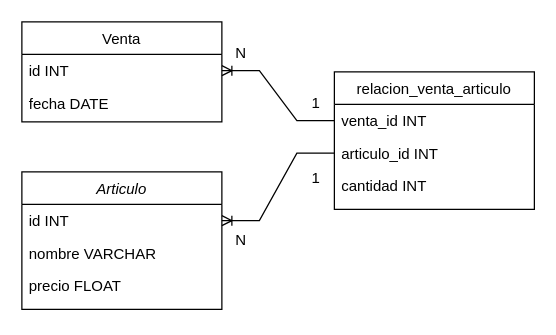
Earlier version of the draw.io diagram Diagramas/Relacion.drawio (Haoen219/ProyectoFinal). Source tidied: cells renumbered, new cells numbered last; positions are measured from the earlier drawing's top-left corner, leaving out a move shared by most shapes. Both pictures are drawn from the tidied source at 125%, with x=0, y=0 at pixel (21, 21).
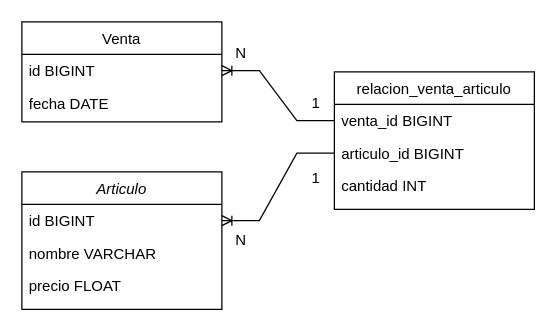
The same page after the edit.

Diff of the diagram source:
```diff
@@
 <mxGraphModel>
   <root>
     <mxCell id="0" />
     <mxCell id="1" parent="0" />
     <mxCell id="2" value="Articulo" style="swimlane;fontStyle=2;align=center;verticalAlign=top;horizontal=1;startSize=26;rounded=0;shadow=0;strokeWidth=1;" parent="1" vertex="1">
       <mxGeometry y="120" width="160" height="110" as="geometry" />
     </mxCell>
-    <mxCell id="3" value="id INT" style="text;align=left;verticalAlign=top;spacingLeft=4;spacingRight=4;overflow=hidden;points=[[0,0.5],[1,0.5]];portConstraint=eastwest;" parent="2" vertex="1">
+    <mxCell id="3" value="id BIGINT" style="text;align=left;verticalAlign=top;spacingLeft=4;spacingRight=4;overflow=hidden;points=[[0,0.5],[1,0.5]];portConstraint=eastwest;" parent="2" vertex="1">
       <mxGeometry y="26" width="160" height="26" as="geometry" />
     </mxCell>
     <mxCell id="4" value="nombre VARCHAR" style="text;align=left;verticalAlign=top;spacingLeft=4;spacingRight=4;overflow=hidden;" parent="2" vertex="1">
       <mxGeometry y="52" width="160" height="26" as="geometry" />
     </mxCell>
     <mxCell id="5" value="precio FLOAT" style="text;align=left;verticalAlign=top;spacingLeft=4;spacingRight=4;overflow=hidden;rounded=0;shadow=0;html=0;" parent="2" vertex="1">
       <mxGeometry y="78" width="160" height="32" as="geometry" />
     </mxCell>
     <mxCell id="6" value="Venta" style="swimlane;fontStyle=0;align=center;verticalAlign=top;horizontal=1;startSize=26;rounded=0;shadow=0;strokeWidth=1;" parent="1" vertex="1">
       <mxGeometry width="160" height="80" as="geometry" />
     </mxCell>
-    <mxCell id="7" value="id INT" style="text;align=left;verticalAlign=top;spacingLeft=4;spacingRight=4;overflow=hidden;points=[[0,0.5],[1,0.5]];portConstraint=eastwest;rounded=0;shadow=0;html=0;" parent="6" vertex="1">
+    <mxCell id="7" value="id BIGINT" style="text;align=left;verticalAlign=top;spacingLeft=4;spacingRight=4;overflow=hidden;points=[[0,0.5],[1,0.5]];portConstraint=eastwest;rounded=0;shadow=0;html=0;" parent="6" vertex="1">
       <mxGeometry y="26" width="160" height="26" as="geometry" />
     </mxCell>
     <mxCell id="8" value="fecha DATE" style="text;align=left;verticalAlign=top;spacingLeft=4;spacingRight=4;overflow=hidden;rounded=0;shadow=0;html=0;" parent="6" vertex="1">
       <mxGeometry y="52" width="160" height="26" as="geometry" />
     </mxCell>
     <mxCell id="9" value="relacion_venta_articulo" style="swimlane;fontStyle=0;align=center;verticalAlign=top;horizontal=1;startSize=26;rounded=0;shadow=0;strokeWidth=1;" parent="1" vertex="1">
       <mxGeometry x="250" y="40" width="160" height="110" as="geometry" />
     </mxCell>
-    <mxCell id="10" value="venta_id INT" style="text;align=left;verticalAlign=top;spacingLeft=4;spacingRight=4;overflow=hidden;points=[[0,0.5],[1,0.5]];portConstraint=eastwest;rounded=0;shadow=0;html=0;" parent="9" vertex="1">
+    <mxCell id="10" value="venta_id BIGINT" style="text;align=left;verticalAlign=top;spacingLeft=4;spacingRight=4;overflow=hidden;points=[[0,0.5],[1,0.5]];portConstraint=eastwest;rounded=0;shadow=0;html=0;" parent="9" vertex="1">
       <mxGeometry y="26" width="160" height="26" as="geometry" />
     </mxCell>
-    <mxCell id="11" value="articulo_id INT" style="text;align=left;verticalAlign=top;spacingLeft=4;spacingRight=4;overflow=hidden;points=[[0,0.5],[1,0.5]];portConstraint=eastwest;rounded=0;shadow=0;html=0;" parent="9" vertex="1">
+    <mxCell id="11" value="articulo_id BIGINT" style="text;align=left;verticalAlign=top;spacingLeft=4;spacingRight=4;overflow=hidden;points=[[0,0.5],[1,0.5]];portConstraint=eastwest;rounded=0;shadow=0;html=0;" parent="9" vertex="1">
       <mxGeometry y="52" width="160" height="26" as="geometry" />
     </mxCell>
     <mxCell id="12" value="cantidad INT" style="text;align=left;verticalAlign=top;spacingLeft=4;spacingRight=4;overflow=hidden;rounded=0;shadow=0;html=0;" parent="9" vertex="1">
       <mxGeometry y="78" width="160" height="26" as="geometry" />
     </mxCell>
     <mxCell id="13" value="N" style="text;html=1;align=center;verticalAlign=middle;strokeColor=none;fillColor=none;" parent="1" vertex="1">
       <mxGeometry x="160" y="10" width="30" height="30" as="geometry" />
     </mxCell>
     <mxCell id="14" value="N" style="text;html=1;align=center;verticalAlign=middle;strokeColor=none;fillColor=none;" parent="1" vertex="1">
       <mxGeometry x="160" y="160" width="30" height="30" as="geometry" />
     </mxCell>
     <mxCell id="15" value="1" style="text;html=1;align=center;verticalAlign=middle;strokeColor=none;fillColor=none;" parent="1" vertex="1">
       <mxGeometry x="220" y="50" width="30" height="30" as="geometry" />
     </mxCell>
     <mxCell id="16" value="1" style="text;html=1;align=center;verticalAlign=middle;strokeColor=none;fillColor=none;" parent="1" vertex="1">
       <mxGeometry x="220" y="110" width="30" height="30" as="geometry" />
     </mxCell>
     <mxCell id="17" style="edgeStyle=entityRelationEdgeStyle;fontSize=12;html=1;endArrow=ERoneToMany;rounded=0;exitX=0;exitY=0.5;exitDx=0;exitDy=0;entryX=1;entryY=0.5;entryDx=0;entryDy=0;" parent="1" edge="1" source="11" target="3">
       <mxGeometry relative="1" as="geometry" />
     </mxCell>
     <mxCell id="18" style="edgeStyle=entityRelationEdgeStyle;fontSize=12;html=1;endArrow=ERoneToMany;rounded=0;entryX=1;entryY=0.5;entryDx=0;entryDy=0;exitX=0;exitY=0.5;exitDx=0;exitDy=0;" parent="1" edge="1" source="10" target="7">
       <mxGeometry relative="1" as="geometry" />
     </mxCell>
   </root>
 </mxGraphModel>
```
